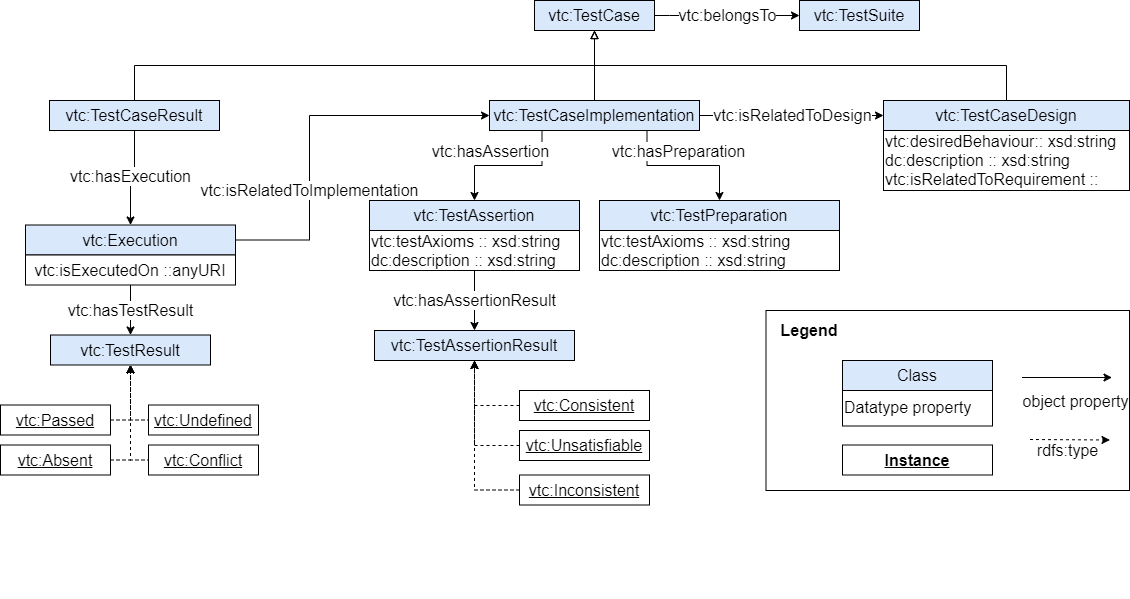
albaizq/test-verification-ontology keeps this draw.io diagram as OnToology/ontology/verification-test-description.ttl/documentation/resources/images/diagram.png. Above is the earlier version. Source tidied: cells renumbered, new cells last; positions are measured from the earlier drawing's top-left corner, leaving out a move shared by most shapes.
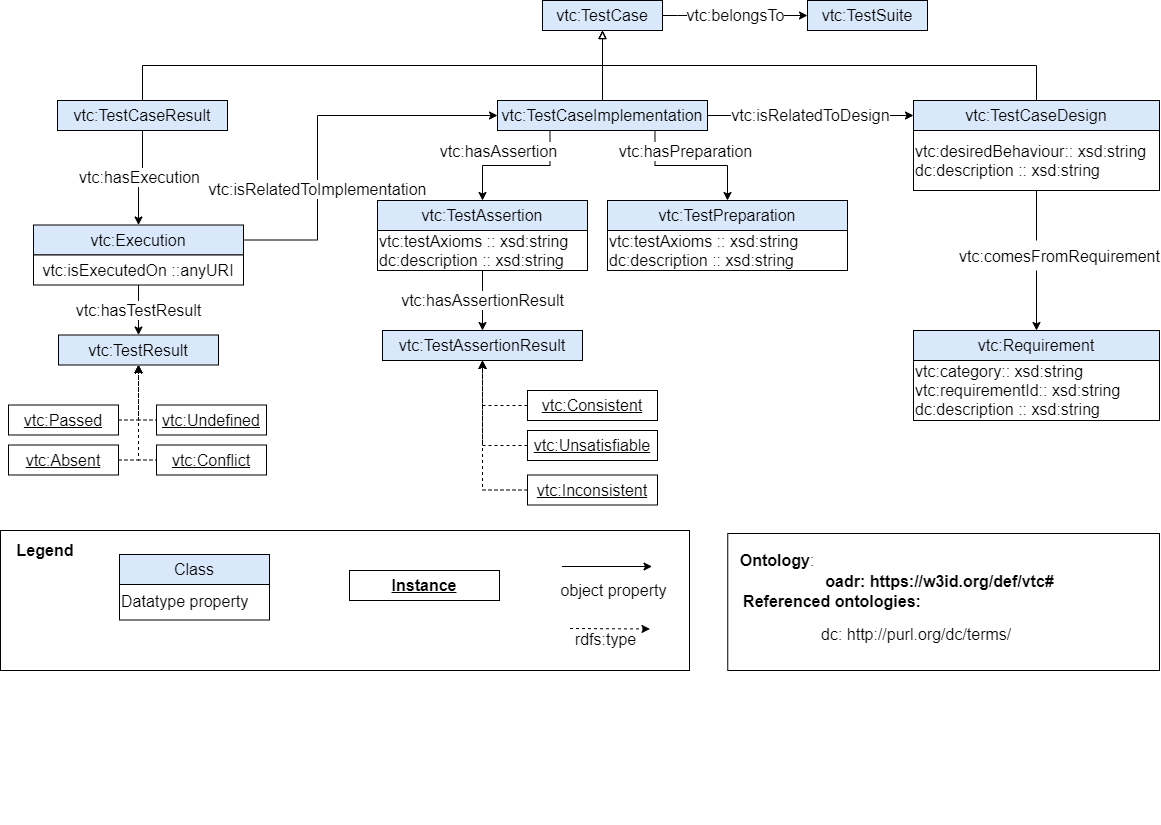
After the commit.

Diff of the diagram source:
```diff
@@ -48,7 +48,7 @@
       <mxGeometry relative="1" as="geometry" />
     </mxCell>
     <mxCell id="14" value="vtc:TestCaseDesign" style="rounded=0;whiteSpace=wrap;html=1;fillColor=#dae8fc;strokeColor=#000000;fontSize=16;" parent="1" vertex="1">
-      <mxGeometry x="883" y="100" width="246" height="30" as="geometry" />
+      <mxGeometry x="905" y="100" width="246" height="30" as="geometry" />
     </mxCell>
     <mxCell id="15" value="vtc:TestPreparation" style="rounded=0;whiteSpace=wrap;html=1;fillColor=#dae8fc;strokeColor=#000000;fontSize=16;" parent="1" vertex="1">
       <mxGeometry x="599" y="200" width="240" height="30" as="geometry" />
@@ -142,31 +142,37 @@
     <mxCell id="40" value="&lt;u&gt;vtc:Inconsistent&lt;/u&gt;" style="rounded=0;whiteSpace=wrap;html=1;fontSize=16;" parent="1" vertex="1">
       <mxGeometry x="519" y="474.5" width="130" height="30" as="geometry" />
     </mxCell>
-    <mxCell id="41" value="vtc:desiredBehaviour:: xsd:string&lt;br style=&quot;font-size: 16px;&quot;&gt;dc:description :: xsd:string&lt;br style=&quot;font-size: 16px;&quot;&gt;vtc:isRelatedToRequirement ::" style="rounded=0;whiteSpace=wrap;html=1;align=left;fontSize=16;" parent="1" vertex="1">
-      <mxGeometry x="883" y="130" width="246" height="60" as="geometry" />
-    </mxCell>
+    <mxCell id="57" style="edgeStyle=orthogonalEdgeStyle;rounded=0;jettySize=auto;html=1;entryX=0.5;entryY=0;entryDx=0;entryDy=0;" parent="1" edge="1" source="58" target="67">
+      <mxGeometry relative="1" as="geometry" />
+    </mxCell>
+    <mxCell id="58" value="vtc:desiredBehaviour:: xsd:string&lt;br style=&quot;font-size: 16px&quot;&gt;dc:description :: xsd:string" style="rounded=0;whiteSpace=wrap;html=1;align=left;fontSize=16;" parent="1" vertex="1">
+      <mxGeometry x="905" y="130" width="246" height="60" as="geometry" />
+    </mxCell>
+    <mxCell id="59" value="vtc:category:: xsd:string&lt;br&gt;vtc:requirementId:: xsd:string&lt;br style=&quot;font-size: 16px&quot;&gt;dc:description :: xsd:string" style="rounded=0;whiteSpace=wrap;html=1;align=left;fontSize=16;" parent="1" vertex="1">
+      <mxGeometry x="905" y="360" width="246" height="60" as="geometry" />
+    </mxCell>
     <mxCell id="42" value="vtc:TestAssertionResult" style="rounded=0;whiteSpace=wrap;html=1;align=center;fillColor=#dae8fc;strokeColor=#000000;fontSize=16;" parent="1" vertex="1">
       <mxGeometry x="374" y="330" width="200" height="30" as="geometry" />
     </mxCell>
-    <mxCell id="43" style="rounded=0;whiteSpace=wrap;html=1;" parent="1" vertex="1">
-      <mxGeometry x="765.5" y="310" width="363.5" height="180" as="geometry" />
-    </mxCell>
+    <mxCell id="60" style="rounded=0;whiteSpace=wrap;html=1;" parent="1" vertex="1">
+      <mxGeometry x="-8" y="530" width="689" height="140" as="geometry" />
+    </mxCell>
     <mxCell id="44" value="&lt;b&gt;&lt;font style=&quot;font-size: 16px&quot;&gt;Legend&lt;/font&gt;&lt;/b&gt;" style="text;html=1;strokeColor=none;fillColor=none;align=center;verticalAlign=middle;whiteSpace=wrap;rounded=0;" parent="1" vertex="1">
-      <mxGeometry x="789" y="320" width="40" height="20" as="geometry" />
+      <mxGeometry x="17" y="540" width="40" height="20" as="geometry" />
     </mxCell>
     <mxCell id="45" value="&lt;font style=&quot;font-size: 16px&quot;&gt;Datatype property&lt;/font&gt;" style="rounded=0;whiteSpace=wrap;html=1;align=left;" parent="1" vertex="1">
-      <mxGeometry x="842" y="387.5" width="150" height="38" as="geometry" />
+      <mxGeometry x="111" y="581.5" width="150" height="38" as="geometry" />
     </mxCell>
     <mxCell id="46" value="&lt;font style=&quot;font-size: 16px&quot;&gt;Class&lt;/font&gt;" style="rounded=0;whiteSpace=wrap;html=1;fillColor=#dae8fc;strokeColor=#000000;" parent="1" vertex="1">
-      <mxGeometry x="842" y="360" width="150" height="30" as="geometry" />
+      <mxGeometry x="111" y="554" width="150" height="30" as="geometry" />
     </mxCell>
-    <mxCell id="47" style="rounded=0;orthogonalLoop=1;jettySize=auto;html=1;exitX=1;exitY=0.5;exitDx=0;exitDy=0;entryX=0;entryY=0.5;entryDx=0;entryDy=0;" parent="1" edge="1">
-      <mxGeometry relative="1" as="geometry">
-        <mxPoint x="1021.5" y="377" as="sourcePoint" />
-        <mxPoint x="1111.5" y="377" as="targetPoint" />
-      </mxGeometry>
-    </mxCell>
+    <mxCell id="61" style="rounded=0;orthogonalLoop=1;jettySize=auto;html=1;exitX=1;exitY=0.5;exitDx=0;exitDy=0;entryX=0;entryY=0.5;entryDx=0;entryDy=0;" parent="1" edge="1">
+      <mxGeometry relative="1" as="geometry">
+        <mxPoint x="553.5" y="566" as="sourcePoint" />
+        <mxPoint x="643.5" y="566" as="targetPoint" />
+      </mxGeometry>
+    </mxCell>
-    <mxCell id="48" value="&lt;font style=&quot;font-size: 16px&quot;&gt;object property&lt;/font&gt;" style="text;html=1;align=center;verticalAlign=middle;labelBackgroundColor=#ffffff;" parent="47" vertex="1">
+    <mxCell id="48" value="&lt;font style=&quot;font-size: 16px&quot;&gt;object property&lt;/font&gt;" style="text;html=1;align=center;verticalAlign=middle;labelBackgroundColor=#ffffff;" parent="61" vertex="1">
       <mxGeometry x="0.42" y="3" relative="1" as="geometry">
         <mxPoint x="-13" y="26" as="offset" />
       </mxGeometry>
@@ -174,31 +180,52 @@
     <mxCell id="49" style="rounded=0;whiteSpace=wrap;html=1;strokeColor=none;" parent="1" vertex="1">
       <mxGeometry x="656.5" y="539" width="10" height="10" as="geometry" />
     </mxCell>
-    <mxCell id="50" style="rounded=0;whiteSpace=wrap;html=1;strokeColor=none;" parent="1" vertex="1">
-      <mxGeometry x="765.5" y="545" width="10" height="10" as="geometry" />
-    </mxCell>
-    <mxCell id="51" style="rounded=0;whiteSpace=wrap;html=1;strokeColor=none;" parent="1" vertex="1">
-      <mxGeometry x="577.5" y="588" width="10" height="10" as="geometry" />
-    </mxCell>
-    <mxCell id="52" style="rounded=0;orthogonalLoop=1;jettySize=auto;html=1;exitX=1;exitY=0.5;exitDx=0;exitDy=0;entryX=0;entryY=0.75;entryDx=0;entryDy=0;endArrow=classic;endFill=1;startArrow=none;startFill=0;dashed=1;" parent="1" edge="1">
-      <mxGeometry relative="1" as="geometry">
-        <mxPoint x="1029.5" y="439" as="sourcePoint" />
-        <mxPoint x="1109.5" y="439.5" as="targetPoint" />
-      </mxGeometry>
-    </mxCell>
+    <mxCell id="62" style="rounded=0;whiteSpace=wrap;html=1;strokeColor=none;" parent="1" vertex="1">
+      <mxGeometry x="285.5" y="784" width="10" height="10" as="geometry" />
+    </mxCell>
+    <mxCell id="63" style="rounded=0;whiteSpace=wrap;html=1;strokeColor=none;" parent="1" vertex="1">
+      <mxGeometry x="589.5" y="538" width="10" height="10" as="geometry" />
+    </mxCell>
+    <mxCell id="64" style="rounded=0;orthogonalLoop=1;jettySize=auto;html=1;exitX=1;exitY=0.5;exitDx=0;exitDy=0;entryX=0;entryY=0.75;entryDx=0;entryDy=0;endArrow=classic;endFill=1;startArrow=none;startFill=0;dashed=1;" parent="1" edge="1">
+      <mxGeometry relative="1" as="geometry">
+        <mxPoint x="561.5" y="628" as="sourcePoint" />
+        <mxPoint x="641.5" y="628.5" as="targetPoint" />
+      </mxGeometry>
+    </mxCell>
-    <mxCell id="53" value="&lt;font style=&quot;font-size: 16px&quot;&gt;rdfs:type&lt;/font&gt;" style="text;html=1;align=center;verticalAlign=middle;labelBackgroundColor=#ffffff;" parent="52" vertex="1">
+    <mxCell id="53" value="&lt;font style=&quot;font-size: 16px&quot;&gt;rdfs:type&lt;/font&gt;" style="text;html=1;align=center;verticalAlign=middle;labelBackgroundColor=#ffffff;" parent="64" vertex="1">
       <mxGeometry x="-0.28" y="1" relative="1" as="geometry">
         <mxPoint x="6" y="11" as="offset" />
       </mxGeometry>
     </mxCell>
-    <mxCell id="54" style="rounded=0;whiteSpace=wrap;html=1;strokeColor=none;" parent="1" vertex="1">
-      <mxGeometry x="382.5" y="583" width="10" height="10" as="geometry" />
-    </mxCell>
-    <mxCell id="55" style="rounded=0;whiteSpace=wrap;html=1;strokeColor=none;" parent="1" vertex="1">
-      <mxGeometry x="731.5" y="574" width="10" height="10" as="geometry" />
-    </mxCell>
+    <mxCell id="65" style="rounded=0;whiteSpace=wrap;html=1;strokeColor=none;" parent="1" vertex="1">
+      <mxGeometry x="131.5" y="538" width="10" height="10" as="geometry" />
+    </mxCell>
+    <mxCell id="66" style="rounded=0;whiteSpace=wrap;html=1;strokeColor=none;" parent="1" vertex="1">
+      <mxGeometry x="251.5" y="813" width="10" height="10" as="geometry" />
+    </mxCell>
     <mxCell id="56" value="&lt;b&gt;&lt;u&gt;&lt;font style=&quot;font-size: 16px&quot;&gt;Instance&lt;/font&gt;&lt;/u&gt;&lt;/b&gt;" style="rounded=0;whiteSpace=wrap;html=1;" parent="1" vertex="1">
-      <mxGeometry x="842" y="444.5" width="150" height="30" as="geometry" />
+      <mxGeometry x="341" y="570" width="150" height="30" as="geometry" />
     </mxCell>
+    <mxCell id="67" value="vtc:Requirement" style="rounded=0;whiteSpace=wrap;html=1;fillColor=#dae8fc;strokeColor=#000000;fontSize=16;" parent="1" vertex="1">
+      <mxGeometry x="905" y="330" width="246" height="30" as="geometry" />
+    </mxCell>
+    <mxCell id="68" value="&lt;font style=&quot;font-size: 16px&quot;&gt;vtc:comesFromRequirement&lt;/font&gt;" style="text;html=1;fillColor=#ffffff;" parent="1" vertex="1">
+      <mxGeometry x="949" y="240" width="180" height="30" as="geometry" />
+    </mxCell>
+    <mxCell id="69" style="rounded=0;whiteSpace=wrap;html=1;fontSize=16;fontStyle=0;fillColor=none;" parent="1" vertex="1">
+      <mxGeometry x="719.2" y="533" width="431.8" height="137" as="geometry" />
+    </mxCell>
+    <mxCell id="70" value="&lt;font style=&quot;font-size: 16px&quot;&gt;&lt;b&gt;Ontology&lt;/b&gt;:&lt;/font&gt;" style="text;html=1;strokeColor=none;fillColor=none;align=center;verticalAlign=middle;whiteSpace=wrap;rounded=0;fontSize=14;fontColor=#000000;" parent="1" vertex="1">
+      <mxGeometry x="748.8" y="550" width="40" height="20" as="geometry" />
+    </mxCell>
+    <mxCell id="71" value="&lt;span style=&quot;font-size: 16px&quot;&gt;&lt;b&gt;Referenced ontologies:&lt;/b&gt;&lt;/span&gt;" style="text;html=1;strokeColor=none;fillColor=none;align=center;verticalAlign=middle;whiteSpace=wrap;rounded=0;fontSize=14;fontColor=#000000;" parent="1" vertex="1">
+      <mxGeometry x="718.8" y="591" width="210" height="20" as="geometry" />
+    </mxCell>
+    <mxCell id="72" value="&lt;b style=&quot;font-size: 16px&quot;&gt;&lt;span style=&quot;font-size: 16px&quot;&gt;oadr&lt;/span&gt;&lt;font style=&quot;font-size: 16px&quot;&gt;:&amp;nbsp;&lt;/font&gt;&lt;/b&gt;&lt;span style=&quot;white-space: pre-wrap ; font-size: 16px&quot;&gt;&lt;font style=&quot;font-size: 16px&quot;&gt;&lt;b&gt;https://w3id.org/def/vtc#&lt;/b&gt;&lt;/font&gt;&lt;/span&gt;" style="text;html=1;strokeColor=none;fillColor=none;align=center;verticalAlign=middle;whiteSpace=wrap;rounded=0;fontSize=14;fontColor=#000000;" parent="1" vertex="1">
+      <mxGeometry x="795.5" y="571" width="271" height="20" as="geometry" />
+    </mxCell>
+    <mxCell id="73" value="&lt;span style=&quot;font-size: 16px&quot;&gt;dc:&amp;nbsp;&lt;/span&gt;&lt;span style=&quot;font-size: 16px&quot;&gt;http://purl.org/dc/terms/&lt;/span&gt;" style="text;html=1;strokeColor=none;fillColor=none;align=left;verticalAlign=middle;whiteSpace=wrap;rounded=0;fontSize=14;fontColor=#000000;" parent="1" vertex="1">
+      <mxGeometry x="811" y="619.5" width="290" height="29" as="geometry" />
+    </mxCell>
   </root>
 </mxGraphModel>
```
